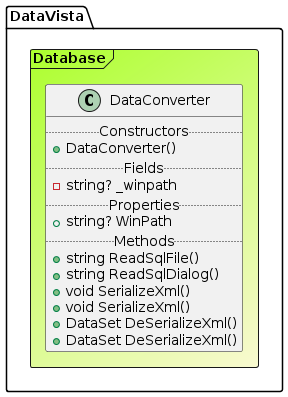
The PlantUML diagram Resources/Documents/Class Diagrams/DataConverter.png in grimy86/DataVista, before a commit.
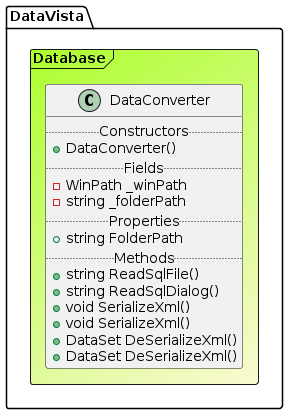
After the commit.

Commit message:
- converted WinPath properties into a SpecialFolderType Enum

What changed in the source:
```diff
@@ -5,9 +5,10 @@
 .. Constructors ..
 +DataConverter()
 .. Fields ..
--string? _winpath
+-WinPath _winPath
+-string _folderPath
 .. Properties ..
-+ string? WinPath
++ string FolderPath
 .. Methods ..
 +string ReadSqlFile()
 +string ReadSqlDialog()
```
